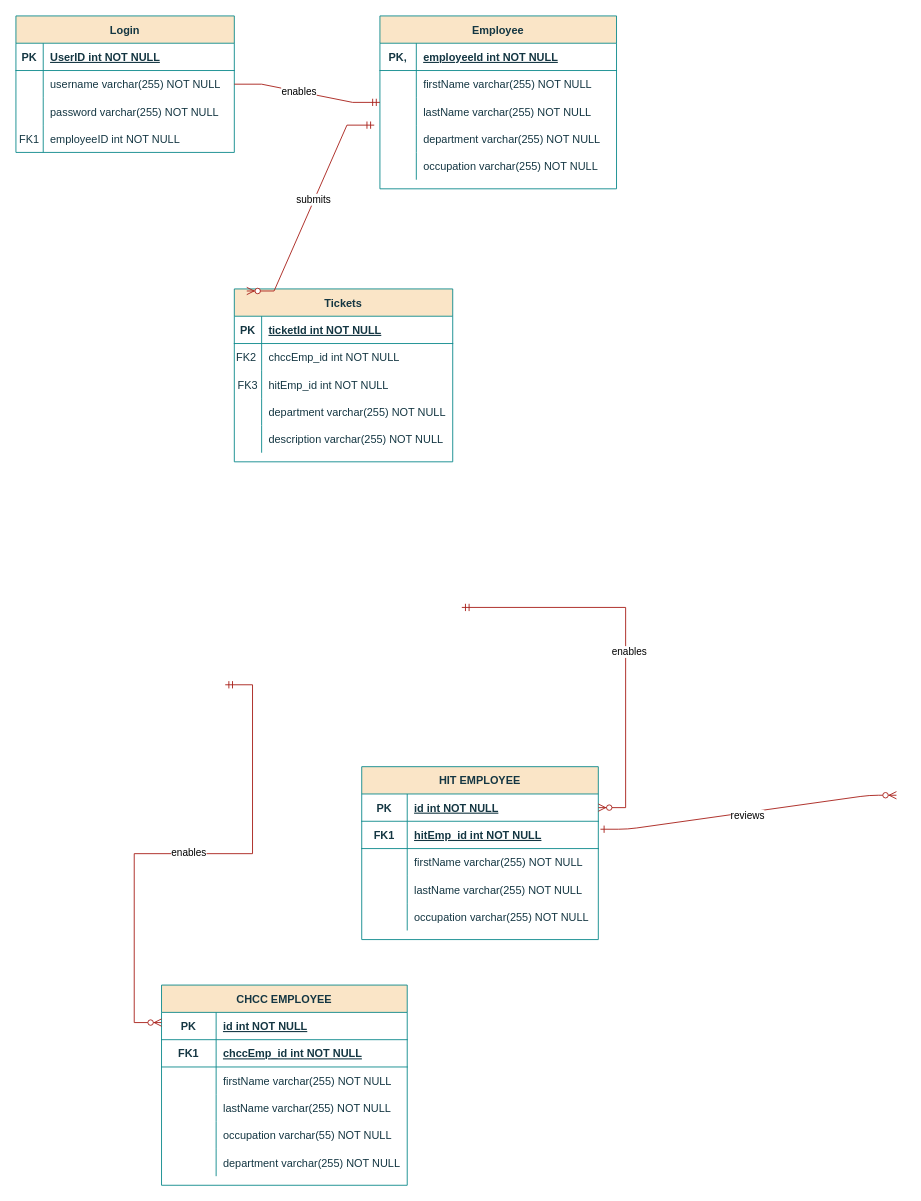
Earlier version of the draw.io diagram Untitled Diagram.drawio (patriciacastillon-marianas/login_diagram). Source tidied: cells renumbered, new cells numbered last; positions are measured from the earlier drawing's top-left corner, leaving out a move shared by most shapes. Both pictures are drawn from the tidied source at 91%, with x=0, y=0 at pixel (3, 15).
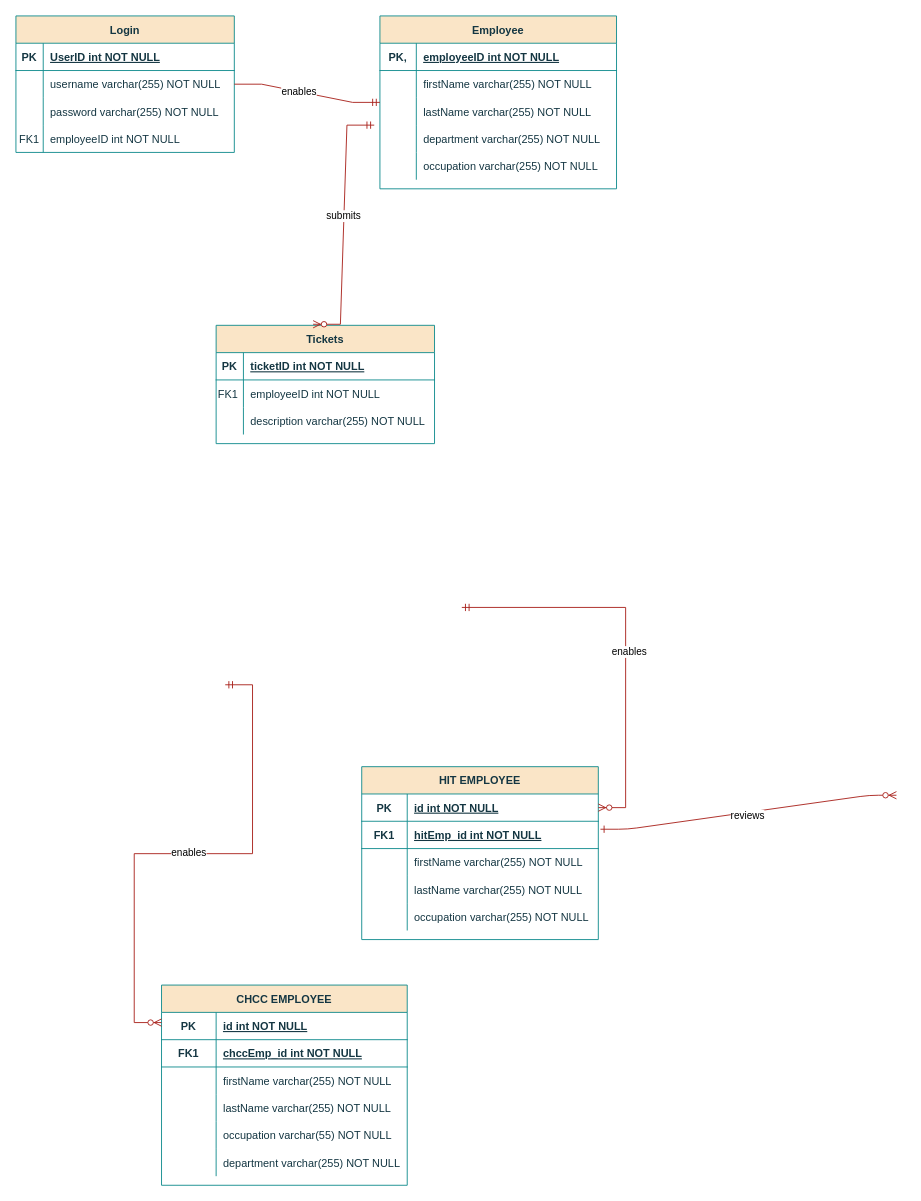
After the change.

Unchanged cells that the change refers to:
```xml
<mxCell id="5" style="shape=partialRectangle;fillColor=none;top=0;left=0;right=0;bottom=1;labelBackgroundColor=none;strokeColor=#0F8B8D;fontColor=#143642;" parent="4" vertex="1">
  <mxGeometry y="30" width="240" height="30" as="geometry" />
</mxCell>
<mxCell id="8" style="shape=partialRectangle;fillColor=none;top=0;left=0;right=0;bottom=0;labelBackgroundColor=none;strokeColor=#0F8B8D;fontColor=#143642;" parent="4" vertex="1">
  <mxGeometry y="60" width="240" height="30" as="geometry" />
</mxCell>
<mxCell id="69" style="shape=partialRectangle;fillColor=none;top=0;left=0;right=0;bottom=1;labelBackgroundColor=none;strokeColor=#0F8B8D;fontColor=#143642;" parent="68" vertex="1">
  <mxGeometry y="30" width="260" height="30" as="geometry" />
</mxCell>
<mxCell id="75" style="shape=partialRectangle;fillColor=none;points=[[0,0.5],[1,0.5]];portConstraint=eastwest;top=0;left=0;right=0;bottom=0;labelBackgroundColor=none;strokeColor=#0F8B8D;fontColor=#143642;" parent="68" vertex="1">
  <mxGeometry y="90" width="260" height="30" as="geometry" />
</mxCell>
```

Change to the diagram source:
```diff
@@
     <mxCell id="4" value="Tickets" style="shape=table;startSize=30;childLayout=tableLayout;rowLines=0;fontStyle=1;align=center;labelBackgroundColor=none;fillColor=#FAE5C7;strokeColor=#0F8B8D;fontColor=#143642;" parent="1" vertex="1">
-      <mxGeometry x="254" y="300" width="240" height="190" as="geometry" />
+      <mxGeometry x="234" y="340" width="240" height="130" as="geometry" />
     </mxCell>
@@
-    <mxCell id="7" value="ticketId int NOT NULL " style="shape=partialRectangle;overflow=hidden;fillColor=none;top=0;left=0;bottom=0;right=0;align=left;spacingLeft=6;fontStyle=5;labelBackgroundColor=none;strokeColor=#0F8B8D;fontColor=#143642;" parent="5" vertex="1">
+    <mxCell id="7" value="ticketID int NOT NULL " style="shape=partialRectangle;overflow=hidden;fillColor=none;top=0;left=0;bottom=0;right=0;align=left;spacingLeft=6;fontStyle=5;labelBackgroundColor=none;strokeColor=#0F8B8D;fontColor=#143642;" parent="5" vertex="1">
       <mxGeometry x="30" width="210" height="30" as="geometry" />
     </mxCell>
@@
-    <mxCell id="9" value="FK2 " style="shape=partialRectangle;overflow=hidden;fillColor=none;top=0;left=0;bottom=0;right=0;labelBackgroundColor=none;strokeColor=#0F8B8D;fontColor=#143642;" parent="8" vertex="1">
+    <mxCell id="9" value="FK1 " style="shape=partialRectangle;overflow=hidden;fillColor=none;top=0;left=0;bottom=0;right=0;labelBackgroundColor=none;strokeColor=#0F8B8D;fontColor=#143642;" parent="8" vertex="1">
       <mxGeometry width="30" height="30" as="geometry" />
     </mxCell>
-    <mxCell id="10" value="chccEmp_id int NOT NULL" style="shape=partialRectangle;overflow=hidden;fillColor=none;top=0;left=0;bottom=0;right=0;align=left;spacingLeft=6;labelBackgroundColor=none;strokeColor=#0F8B8D;fontColor=#143642;" parent="8" vertex="1">
+    <mxCell id="10" value="employeeID int NOT NULL" style="shape=partialRectangle;overflow=hidden;fillColor=none;top=0;left=0;bottom=0;right=0;align=left;spacingLeft=6;labelBackgroundColor=none;strokeColor=#0F8B8D;fontColor=#143642;" parent="8" vertex="1">
       <mxGeometry x="30" width="210" height="30" as="geometry" />
     </mxCell>
-    <mxCell id="11" style="shape=partialRectangle;fillColor=none;top=0;left=0;right=0;bottom=0;labelBackgroundColor=none;strokeColor=#0F8B8D;fontColor=#143642;" parent="4" vertex="1">
-      <mxGeometry y="90" width="240" height="30" as="geometry" />
-    </mxCell>
-    <mxCell id="12" value="FK3" style="shape=partialRectangle;overflow=hidden;fillColor=none;top=0;left=0;bottom=0;right=0;labelBackgroundColor=none;strokeColor=#0F8B8D;fontColor=#143642;" parent="11" vertex="1">
-      <mxGeometry width="30" height="30" as="geometry" />
-    </mxCell>
-    <mxCell id="13" value="hitEmp_id int NOT NULL" style="shape=partialRectangle;overflow=hidden;fillColor=none;top=0;left=0;bottom=0;right=0;align=left;spacingLeft=6;labelBackgroundColor=none;strokeColor=#0F8B8D;fontColor=#143642;" parent="11" vertex="1">
-      <mxGeometry x="30" width="210" height="30" as="geometry" />
-    </mxCell>
-    <mxCell id="14" style="shape=partialRectangle;fillColor=none;top=0;left=0;right=0;bottom=0;labelBackgroundColor=none;strokeColor=#0F8B8D;fontColor=#143642;" parent="4" vertex="1">
-      <mxGeometry y="120" width="240" height="30" as="geometry" />
-    </mxCell>
-    <mxCell id="15" style="shape=partialRectangle;overflow=hidden;fillColor=none;top=0;left=0;bottom=0;right=0;labelBackgroundColor=none;strokeColor=#0F8B8D;fontColor=#143642;" parent="14" vertex="1">
-      <mxGeometry width="30" height="30" as="geometry" />
-    </mxCell>
-    <mxCell id="16" value="department varchar(255) NOT NULL" style="shape=partialRectangle;overflow=hidden;fillColor=none;top=0;left=0;bottom=0;right=0;align=left;spacingLeft=6;labelBackgroundColor=none;strokeColor=#0F8B8D;fontColor=#143642;" parent="14" vertex="1">
-      <mxGeometry x="30" width="210" height="30" as="geometry" />
-    </mxCell>
     <mxCell id="17" style="shape=partialRectangle;fillColor=none;top=0;left=0;right=0;bottom=0;labelBackgroundColor=none;strokeColor=#0F8B8D;fontColor=#143642;" parent="4" vertex="1">
-      <mxGeometry y="150" width="240" height="30" as="geometry" />
+      <mxGeometry y="90" width="240" height="30" as="geometry" />
     </mxCell>
@@
-    <mxCell id="71" value="employeeId int NOT NULL " style="shape=partialRectangle;overflow=hidden;fillColor=none;top=0;left=0;bottom=0;right=0;align=left;spacingLeft=6;fontStyle=5;labelBackgroundColor=none;strokeColor=#0F8B8D;fontColor=#143642;" parent="69" vertex="1">
+    <mxCell id="71" value="employeeID int NOT NULL " style="shape=partialRectangle;overflow=hidden;fillColor=none;top=0;left=0;bottom=0;right=0;align=left;spacingLeft=6;fontStyle=5;labelBackgroundColor=none;strokeColor=#0F8B8D;fontColor=#143642;" parent="69" vertex="1">
       <mxGeometry x="40" width="220" height="30" as="geometry" />
     </mxCell>
@@
-    <mxCell id="90" style="edgeStyle=entityRelationEdgeStyle;fontSize=12;html=1;endArrow=ERzeroToMany;startArrow=ERmandOne;rounded=0;strokeColor=#A8201A;fontColor=#143642;fillColor=#FAE5C7;entryX=0.057;entryY=0.012;entryDx=0;entryDy=0;entryPerimeter=0;exitX=-0.024;exitY=1;exitDx=0;exitDy=0;exitPerimeter=0;" parent="1" edge="1" source="75" target="4">
+    <mxCell id="90" style="edgeStyle=entityRelationEdgeStyle;fontSize=12;html=1;endArrow=ERzeroToMany;startArrow=ERmandOne;rounded=0;strokeColor=#A8201A;fontColor=#143642;fillColor=#FAE5C7;entryX=0.444;entryY=-0.009;entryDx=0;entryDy=0;entryPerimeter=0;exitX=-0.024;exitY=1;exitDx=0;exitDy=0;exitPerimeter=0;" parent="1" edge="1" source="75" target="4">
       <mxGeometry relative="1" as="geometry" />
     </mxCell>
```
